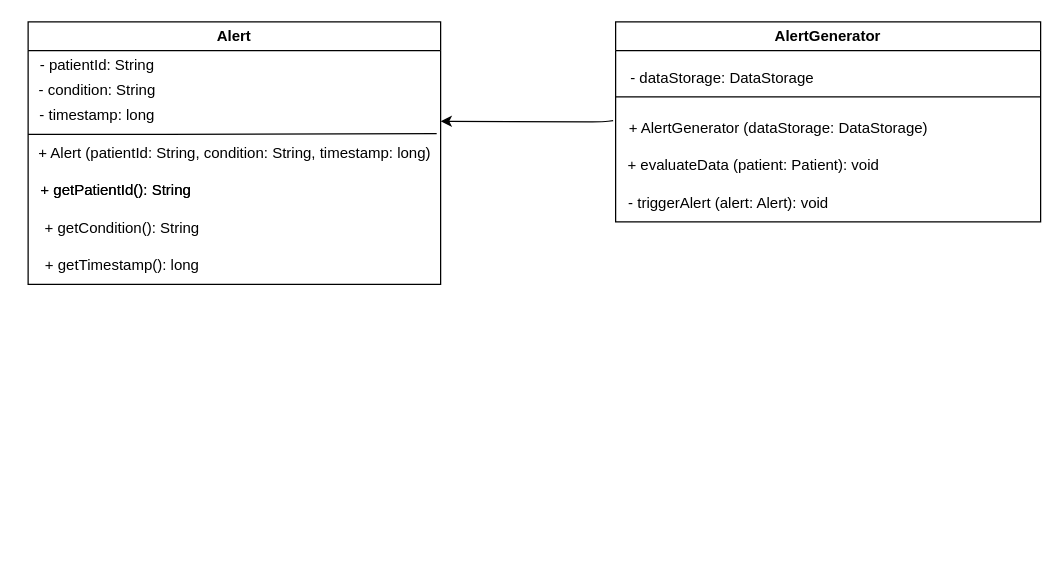
Earlier version of the draw.io diagram src/main/java/com/alerts/Alert_diagram.drawio (sneakyevil96/signal_project). Source tidied: cells renumbered, new cells numbered last; positions are measured from the earlier drawing's top-left corner, leaving out a move shared by most shapes. Both pictures are drawn from the tidied source at 125%, with x=0, y=0 at pixel (21, 21).
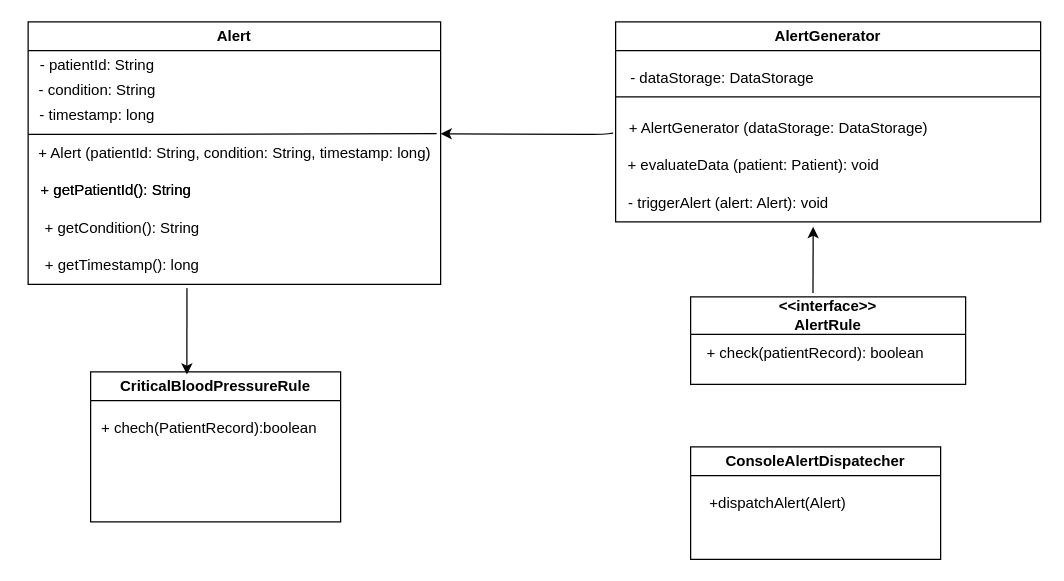
The same page after the edit.

Commit message (it also covers changes not shown here):
Another diagram

Unchanged cells that the change refers to:
```xml
<mxCell id="11" value="+ getTimestamp(): long" style="text;html=1;align=center;verticalAlign=middle;points=[];strokeColor=none;fillColor=none;" parent="2" vertex="1">
  <mxGeometry y="180" width="150" height="30" as="geometry" />
</mxCell>
<mxCell id="17" value="- triggerAlert (alert: Alert): void" style="text;html=1;align=center;verticalAlign=middle;points=[];strokeColor=none;fillColor=none;" parent="12" vertex="1">
  <mxGeometry y="130" width="180" height="30" as="geometry" />
</mxCell>
```

The edit, as a diff of the source:
```diff
@@
     <mxCell id="18" style="endArrow=classic;html=1;" parent="1" edge="1">
       <mxGeometry relative="1" as="geometry">
-        <mxPoint x="473" y="79" as="sourcePoint" />
-        <mxPoint x="335" y="79.5" as="targetPoint" />
+        <mxPoint x="473" y="89" as="sourcePoint" />
+        <mxPoint x="335" y="89.5" as="targetPoint" />
         <Array as="points">
-          <mxPoint x="465" y="80" />
+          <mxPoint x="465" y="90" />
         </Array>
       </mxGeometry>
     </mxCell>
+    <mxCell id="19" value="CriticalBloodPressureRule" style="swimlane;whiteSpace=wrap;html=1;" parent="1" vertex="1">
+      <mxGeometry x="55" y="280" width="200" height="120" as="geometry" />
+    </mxCell>
+    <mxCell id="20" value="+ chech(PatientRecord):boolean" style="text;html=1;align=center;verticalAlign=middle;whiteSpace=wrap;rounded=0;" parent="19" vertex="1">
+      <mxGeometry x="-10" y="30" width="210" height="30" as="geometry" />
+    </mxCell>
+    <mxCell id="21" style="endArrow=classic;html=1;exitX=0.847;exitY=1.1;exitDx=0;exitDy=0;exitPerimeter=0;entryX=0.385;entryY=0.017;entryDx=0;entryDy=0;entryPerimeter=0;" parent="1" edge="1" source="11" target="19">
+      <mxGeometry relative="1" as="geometry" />
+    </mxCell>
+    <mxCell id="22" value="&amp;lt;&amp;lt;interface&amp;gt;&amp;gt;&lt;div&gt;AlertRule&lt;/div&gt;" style="swimlane;whiteSpace=wrap;html=1;startSize=30;" parent="1" vertex="1">
+      <mxGeometry x="535" y="220" width="220" height="70" as="geometry" />
+    </mxCell>
+    <mxCell id="23" value="+ check(patientRecord): boolean" style="text;html=1;align=center;verticalAlign=middle;whiteSpace=wrap;rounded=0;" parent="22" vertex="1">
+      <mxGeometry y="30" width="200" height="30" as="geometry" />
+    </mxCell>
+    <mxCell id="24" style="endArrow=classic;html=1;entryX=0.878;entryY=1.133;entryDx=0;entryDy=0;entryPerimeter=0;exitX=0.445;exitY=-0.043;exitDx=0;exitDy=0;exitPerimeter=0;" parent="1" edge="1" source="22" target="17">
+      <mxGeometry relative="1" as="geometry" />
+    </mxCell>
+    <mxCell id="25" value="ConsoleAlertDispatecher" style="swimlane;whiteSpace=wrap;html=1;" parent="1" vertex="1">
+      <mxGeometry x="535" y="340" width="200" height="90" as="geometry" />
+    </mxCell>
+    <mxCell id="26" value="+dispatchAlert(Alert)" style="text;html=1;align=center;verticalAlign=middle;whiteSpace=wrap;rounded=0;" parent="25" vertex="1">
+      <mxGeometry x="-10" y="30" width="160" height="30" as="geometry" />
+    </mxCell>
```
